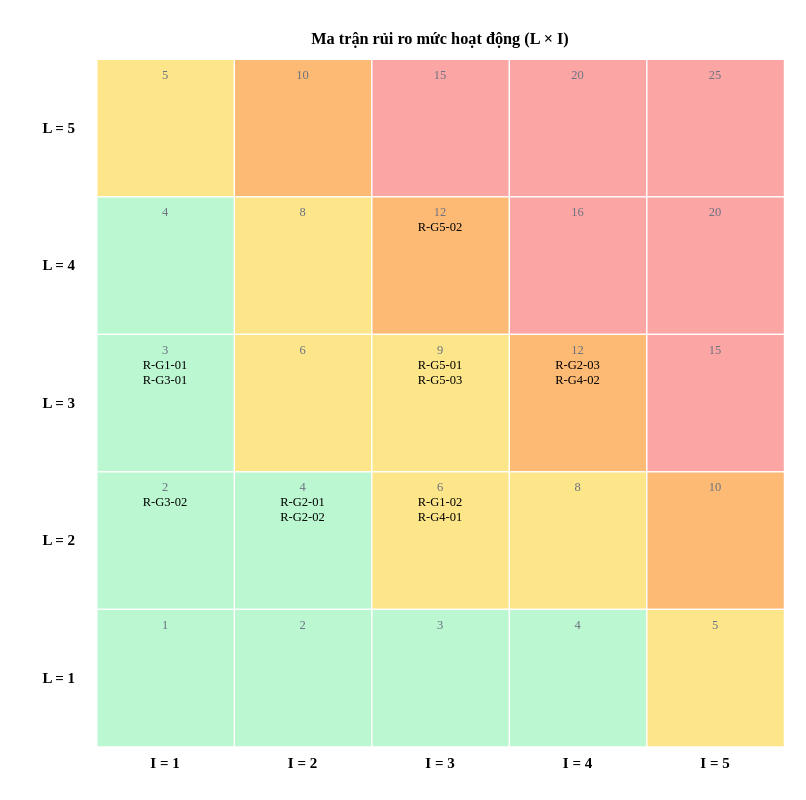
The draw.io diagram docs/m2-report/diagrams/06-risk-matrix.drawio in nvdson2005/Parking-Management-System, before the edit. Source tidied: cells renumbered, new cells numbered last; positions are measured from the earlier drawing's top-left corner, leaving out a move shared by most shapes. Both pictures are drawn from the tidied source at 125%, with x=0, y=0 at pixel (21, 21).
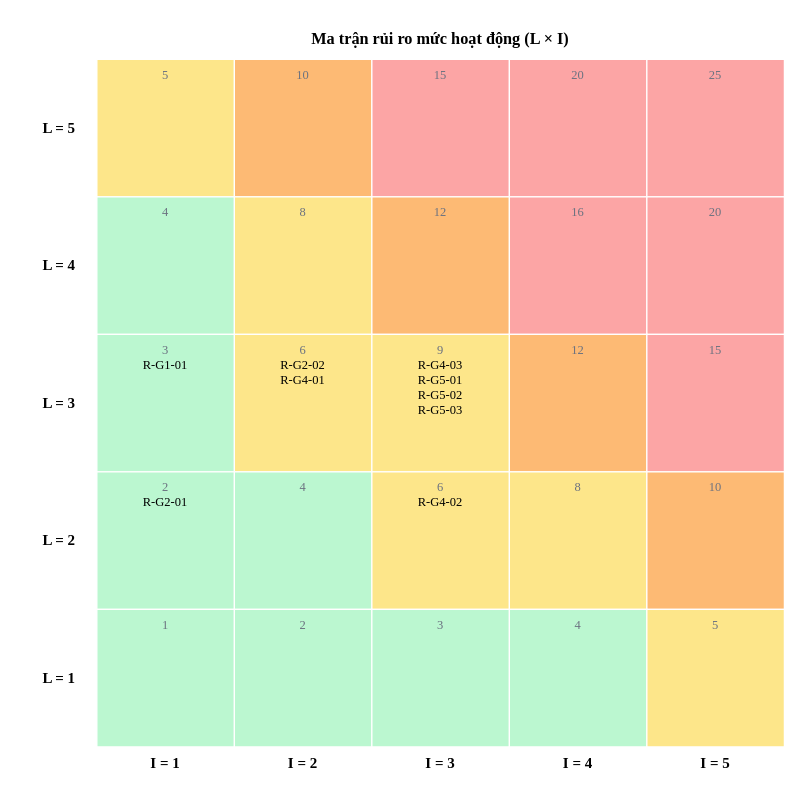
After the change.

Diff of the diagram source:
```diff
@@
-    <mxCell id="11" value="&lt;font color=&quot;#6B7280&quot;&gt;12&lt;/font&gt;&lt;br&gt;R-G5-02" style="fontFamily=Times New Roman;whiteSpace=wrap;html=1;fillColor=#FDBA74;strokeColor=#FFFFFF;verticalAlign=top;fontSize=10;" parent="1" vertex="1">
+    <mxCell id="11" value="&lt;font color=&quot;#6B7280&quot;&gt;12&lt;/font&gt;&lt;br&gt;" style="fontFamily=Times New Roman;whiteSpace=wrap;html=1;fillColor=#FDBA74;strokeColor=#FFFFFF;verticalAlign=top;fontSize=10;" parent="1" vertex="1">
       <mxGeometry x="280" y="140" width="110" height="110" as="geometry" />
     </mxCell>
@@
-    <mxCell id="15" value="&lt;font color=&quot;#6B7280&quot;&gt;3&lt;/font&gt;&lt;br&gt;R-G1-01&lt;br&gt;R-G3-01" style="fontFamily=Times New Roman;whiteSpace=wrap;html=1;fillColor=#BBF7D0;strokeColor=#FFFFFF;verticalAlign=top;fontSize=10;" parent="1" vertex="1">
+    <mxCell id="15" value="&lt;font color=&quot;#6B7280&quot;&gt;3&lt;/font&gt;&lt;br&gt;R-G1-01" style="fontFamily=Times New Roman;whiteSpace=wrap;html=1;fillColor=#BBF7D0;strokeColor=#FFFFFF;verticalAlign=top;fontSize=10;" parent="1" vertex="1">
       <mxGeometry x="60" y="250" width="110" height="110" as="geometry" />
     </mxCell>
-    <mxCell id="16" value="&lt;font color=&quot;#6B7280&quot;&gt;6&lt;/font&gt;&lt;br&gt;" style="fontFamily=Times New Roman;whiteSpace=wrap;html=1;fillColor=#FDE68A;strokeColor=#FFFFFF;verticalAlign=top;fontSize=10;" parent="1" vertex="1">
+    <mxCell id="16" value="&lt;font color=&quot;#6B7280&quot;&gt;6&lt;/font&gt;&lt;br&gt;R-G2-02&lt;br&gt;R-G4-01" style="fontFamily=Times New Roman;whiteSpace=wrap;html=1;fillColor=#FDE68A;strokeColor=#FFFFFF;verticalAlign=top;fontSize=10;" parent="1" vertex="1">
       <mxGeometry x="170" y="250" width="110" height="110" as="geometry" />
     </mxCell>
-    <mxCell id="17" value="&lt;font color=&quot;#6B7280&quot;&gt;9&lt;/font&gt;&lt;br&gt;R-G5-01&lt;br&gt;R-G5-03" style="fontFamily=Times New Roman;whiteSpace=wrap;html=1;fillColor=#FDE68A;strokeColor=#FFFFFF;verticalAlign=top;fontSize=10;" parent="1" vertex="1">
+    <mxCell id="17" value="&lt;font color=&quot;#6B7280&quot;&gt;9&lt;/font&gt;&lt;br&gt;R-G4-03&lt;br&gt;R-G5-01&lt;br&gt;R-G5-02&lt;br&gt;R-G5-03" style="fontFamily=Times New Roman;whiteSpace=wrap;html=1;fillColor=#FDE68A;strokeColor=#FFFFFF;verticalAlign=top;fontSize=10;" parent="1" vertex="1">
       <mxGeometry x="280" y="250" width="110" height="110" as="geometry" />
     </mxCell>
-    <mxCell id="18" value="&lt;font color=&quot;#6B7280&quot;&gt;12&lt;/font&gt;&lt;br&gt;R-G2-03&lt;br&gt;R-G4-02" style="fontFamily=Times New Roman;whiteSpace=wrap;html=1;fillColor=#FDBA74;strokeColor=#FFFFFF;verticalAlign=top;fontSize=10;" parent="1" vertex="1">
+    <mxCell id="18" value="&lt;font color=&quot;#6B7280&quot;&gt;12&lt;/font&gt;&lt;br&gt;" style="fontFamily=Times New Roman;whiteSpace=wrap;html=1;fillColor=#FDBA74;strokeColor=#FFFFFF;verticalAlign=top;fontSize=10;" parent="1" vertex="1">
       <mxGeometry x="390" y="250" width="110" height="110" as="geometry" />
     </mxCell>
@@
-    <mxCell id="21" value="&lt;font color=&quot;#6B7280&quot;&gt;2&lt;/font&gt;&lt;br&gt;R-G3-02" style="fontFamily=Times New Roman;whiteSpace=wrap;html=1;fillColor=#BBF7D0;strokeColor=#FFFFFF;verticalAlign=top;fontSize=10;" parent="1" vertex="1">
+    <mxCell id="21" value="&lt;font color=&quot;#6B7280&quot;&gt;2&lt;/font&gt;&lt;br&gt;R-G2-01" style="fontFamily=Times New Roman;whiteSpace=wrap;html=1;fillColor=#BBF7D0;strokeColor=#FFFFFF;verticalAlign=top;fontSize=10;" parent="1" vertex="1">
       <mxGeometry x="60" y="360" width="110" height="110" as="geometry" />
     </mxCell>
-    <mxCell id="22" value="&lt;font color=&quot;#6B7280&quot;&gt;4&lt;/font&gt;&lt;br&gt;R-G2-01&lt;br&gt;R-G2-02" style="fontFamily=Times New Roman;whiteSpace=wrap;html=1;fillColor=#BBF7D0;strokeColor=#FFFFFF;verticalAlign=top;fontSize=10;" parent="1" vertex="1">
+    <mxCell id="22" value="&lt;font color=&quot;#6B7280&quot;&gt;4&lt;/font&gt;&lt;br&gt;" style="fontFamily=Times New Roman;whiteSpace=wrap;html=1;fillColor=#BBF7D0;strokeColor=#FFFFFF;verticalAlign=top;fontSize=10;" parent="1" vertex="1">
       <mxGeometry x="170" y="360" width="110" height="110" as="geometry" />
     </mxCell>
-    <mxCell id="23" value="&lt;font color=&quot;#6B7280&quot;&gt;6&lt;/font&gt;&lt;br&gt;R-G1-02&lt;br&gt;R-G4-01" style="fontFamily=Times New Roman;whiteSpace=wrap;html=1;fillColor=#FDE68A;strokeColor=#FFFFFF;verticalAlign=top;fontSize=10;" parent="1" vertex="1">
+    <mxCell id="23" value="&lt;font color=&quot;#6B7280&quot;&gt;6&lt;/font&gt;&lt;br&gt;R-G4-02" style="fontFamily=Times New Roman;whiteSpace=wrap;html=1;fillColor=#FDE68A;strokeColor=#FFFFFF;verticalAlign=top;fontSize=10;" parent="1" vertex="1">
       <mxGeometry x="280" y="360" width="110" height="110" as="geometry" />
     </mxCell>
```
